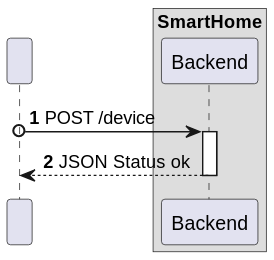
moutajDev/smarthome keeps this PlantUML diagram as docs/C4_4plus1_models/Level2/ProcessView/ProcessViewLevel2_UC05_v1.svg. Above is the earlier version.
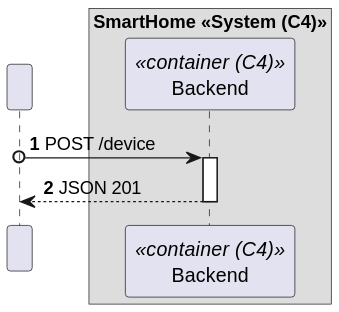
Later version of the same file.

What changed in the source:
```diff
@@ -5,8 +5,8 @@
 
 participant " " as HTTP
 
-box "SmartHome"
-    participant "Backend" as BE
+box "SmartHome <<System (C4)>>"
+    participant "Backend" as BE<<container (C4)>>
 end box
 
 
@@ -14,7 +14,7 @@
 activate BE
 
 
-BE --> HTTP : JSON Status ok
+BE --> HTTP : JSON 201
 deactivate BE
 
 deactivate HTTP
```
